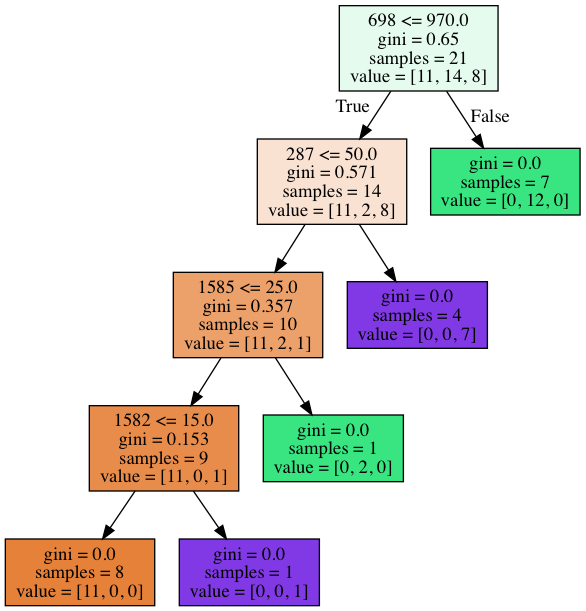
swkang73/ecig keeps this Graphviz diagram as analysis/ec2/1_outputs/rf_trees/tree_9.png. Above is the earlier version. Its source is kept beside it as analysis/ec2/1_outputs/rf_trees/tree_9.dot. Source of this version:
```dot
digraph Tree {
node [shape=box, style="filled", color="black"] ;
0 [label="698 <= 970.0\ngini = 0.65\nsamples = 21\nvalue = [11, 14, 8]", fillcolor="#39e58123"] ;
1 [label="287 <= 50.0\ngini = 0.571\nsamples = 14\nvalue = [11, 2, 8]", fillcolor="#e581393b"] ;
0 -> 1 [labeldistance=2.5, labelangle=45, headlabel="True"] ;
2 [label="1585 <= 25.0\ngini = 0.357\nsamples = 10\nvalue = [11, 2, 1]", fillcolor="#e58139bf"] ;
1 -> 2 ;
3 [label="1582 <= 15.0\ngini = 0.153\nsamples = 9\nvalue = [11, 0, 1]", fillcolor="#e58139e8"] ;
2 -> 3 ;
4 [label="gini = 0.0\nsamples = 8\nvalue = [11, 0, 0]", fillcolor="#e58139ff"] ;
3 -> 4 ;
5 [label="gini = 0.0\nsamples = 1\nvalue = [0, 0, 1]", fillcolor="#8139e5ff"] ;
3 -> 5 ;
6 [label="gini = 0.0\nsamples = 1\nvalue = [0, 2, 0]", fillcolor="#39e581ff"] ;
2 -> 6 ;
7 [label="gini = 0.0\nsamples = 4\nvalue = [0, 0, 7]", fillcolor="#8139e5ff"] ;
1 -> 7 ;
8 [label="gini = 0.0\nsamples = 7\nvalue = [0, 12, 0]", fillcolor="#39e581ff"] ;
0 -> 8 [labeldistance=2.5, labelangle=-45, headlabel="False"] ;
}
```
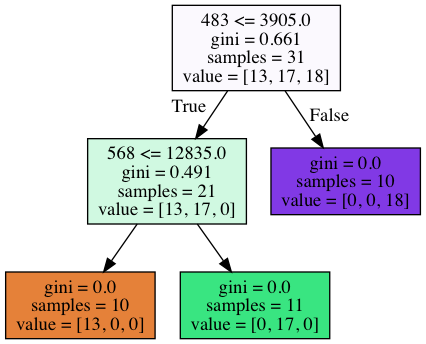
Above is the later version.

Change to the diagram source:
```diff
@@ -1,20 +1,12 @@
 digraph Tree {
 node [shape=box, style="filled", color="black"] ;
-0 [label="698 <= 970.0\ngini = 0.65\nsamples = 21\nvalue = [11, 14, 8]", fillcolor="#39e58123"] ;
-1 [label="287 <= 50.0\ngini = 0.571\nsamples = 14\nvalue = [11, 2, 8]", fillcolor="#e581393b"] ;
+0 [label="483 <= 3905.0\ngini = 0.661\nsamples = 31\nvalue = [13, 17, 18]", fillcolor="#8139e508"] ;
+1 [label="568 <= 12835.0\ngini = 0.491\nsamples = 21\nvalue = [13, 17, 0]", fillcolor="#39e5813c"] ;
 0 -> 1 [labeldistance=2.5, labelangle=45, headlabel="True"] ;
-2 [label="1585 <= 25.0\ngini = 0.357\nsamples = 10\nvalue = [11, 2, 1]", fillcolor="#e58139bf"] ;
+2 [label="gini = 0.0\nsamples = 10\nvalue = [13, 0, 0]", fillcolor="#e58139ff"] ;
 1 -> 2 ;
-3 [label="1582 <= 15.0\ngini = 0.153\nsamples = 9\nvalue = [11, 0, 1]", fillcolor="#e58139e8"] ;
-2 -> 3 ;
-4 [label="gini = 0.0\nsamples = 8\nvalue = [11, 0, 0]", fillcolor="#e58139ff"] ;
-3 -> 4 ;
-5 [label="gini = 0.0\nsamples = 1\nvalue = [0, 0, 1]", fillcolor="#8139e5ff"] ;
-3 -> 5 ;
-6 [label="gini = 0.0\nsamples = 1\nvalue = [0, 2, 0]", fillcolor="#39e581ff"] ;
-2 -> 6 ;
-7 [label="gini = 0.0\nsamples = 4\nvalue = [0, 0, 7]", fillcolor="#8139e5ff"] ;
-1 -> 7 ;
-8 [label="gini = 0.0\nsamples = 7\nvalue = [0, 12, 0]", fillcolor="#39e581ff"] ;
-0 -> 8 [labeldistance=2.5, labelangle=-45, headlabel="False"] ;
+3 [label="gini = 0.0\nsamples = 11\nvalue = [0, 17, 0]", fillcolor="#39e581ff"] ;
+1 -> 3 ;
+4 [label="gini = 0.0\nsamples = 10\nvalue = [0, 0, 18]", fillcolor="#8139e5ff"] ;
+0 -> 4 [labeldistance=2.5, labelangle=-45, headlabel="False"] ;
 }
```
